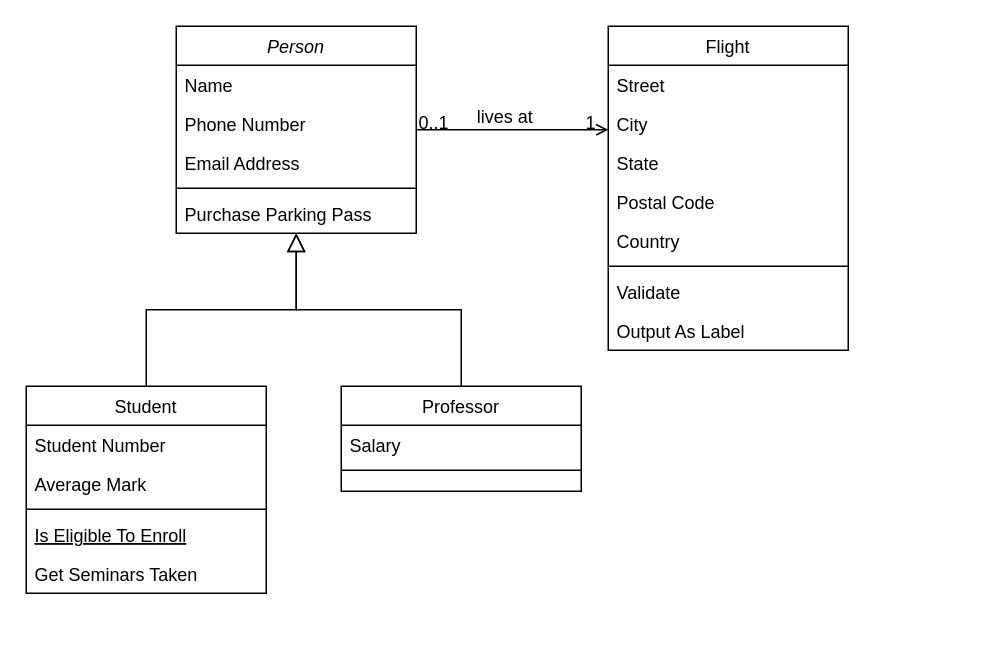
The draw.io diagram pw1.drawio in AdriaCoding/DW, before the edit. Source tidied: cells renumbered, new cells numbered last; positions are measured from the earlier drawing's top-left corner, leaving out a move shared by most shapes. Both pictures are drawn from the tidied source at 150%, with x=0, y=0 at pixel (26, 26).
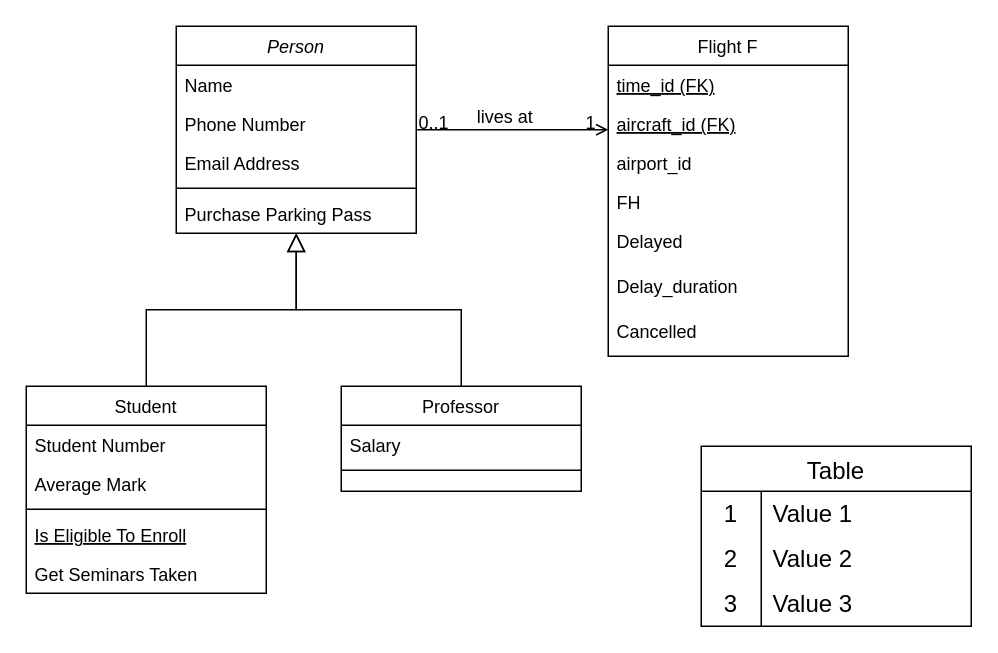
The same page after the edit.

The edit, as a diff of the source:
```diff
@@
-    <mxCell id="19" value="Flight" style="swimlane;fontStyle=0;align=center;verticalAlign=top;horizontal=1;startSize=26;rounded=0;shadow=0;strokeWidth=1;" parent="1" vertex="1">
-      <mxGeometry x="388" width="160" height="216" as="geometry" />
+    <mxCell id="19" value="Flight F" style="swimlane;fontStyle=0;align=center;verticalAlign=top;horizontal=1;startSize=26;rounded=0;shadow=0;strokeWidth=1;" parent="1" vertex="1">
+      <mxGeometry x="388" width="160" height="220" as="geometry" />
     </mxCell>
+    <mxCell id="21" value="time_id (FK)" style="text;align=left;verticalAlign=top;spacingLeft=4;spacingRight=4;overflow=hidden;rounded=0;shadow=0;html=0;fontStyle=4;" parent="19" vertex="1">
+      <mxGeometry y="26" width="160" height="26" as="geometry" />
+    </mxCell>
-    <mxCell id="20" value="Street" style="text;align=left;verticalAlign=top;spacingLeft=4;spacingRight=4;overflow=hidden;" parent="19" vertex="1">
-      <mxGeometry y="26" width="160" height="26" as="geometry" />
+    <mxCell id="20" value="aircraft_id (FK)" style="text;align=left;verticalAlign=top;spacingLeft=4;spacingRight=4;overflow=hidden;fontStyle=4;" parent="19" vertex="1">
+      <mxGeometry y="52" width="160" height="26" as="geometry" />
     </mxCell>
-    <mxCell id="21" value="City" style="text;align=left;verticalAlign=top;spacingLeft=4;spacingRight=4;overflow=hidden;rounded=0;shadow=0;html=0;" parent="19" vertex="1">
-      <mxGeometry y="52" width="160" height="26" as="geometry" />
-    </mxCell>
-    <mxCell id="22" value="State" style="text;align=left;verticalAlign=top;spacingLeft=4;spacingRight=4;overflow=hidden;rounded=0;shadow=0;html=0;" parent="19" vertex="1">
+    <mxCell id="22" value="airport_id" style="text;align=left;verticalAlign=top;spacingLeft=4;spacingRight=4;overflow=hidden;rounded=0;shadow=0;html=0;fontStyle=0;" parent="19" vertex="1">
       <mxGeometry y="78" width="160" height="26" as="geometry" />
     </mxCell>
-    <mxCell id="23" value="Postal Code" style="text;align=left;verticalAlign=top;spacingLeft=4;spacingRight=4;overflow=hidden;rounded=0;shadow=0;html=0;" parent="19" vertex="1">
+    <mxCell id="23" value="FH" style="text;align=left;verticalAlign=top;spacingLeft=4;spacingRight=4;overflow=hidden;rounded=0;shadow=0;html=0;" parent="19" vertex="1">
       <mxGeometry y="104" width="160" height="26" as="geometry" />
     </mxCell>
-    <mxCell id="24" value="Country" style="text;align=left;verticalAlign=top;spacingLeft=4;spacingRight=4;overflow=hidden;rounded=0;shadow=0;html=0;" parent="19" vertex="1">
-      <mxGeometry y="130" width="160" height="26" as="geometry" />
+    <mxCell id="24" value="Delayed" style="text;align=left;verticalAlign=top;spacingLeft=4;spacingRight=4;overflow=hidden;rounded=0;shadow=0;html=0;" parent="19" vertex="1">
+      <mxGeometry y="130" width="160" height="30" as="geometry" />
     </mxCell>
-    <mxCell id="25" style="line;html=1;strokeWidth=1;align=left;verticalAlign=middle;spacingTop=-1;spacingLeft=3;spacingRight=3;labelPosition=right;" parent="19" vertex="1">
-      <mxGeometry y="156" width="160" height="8" as="geometry" />
-    </mxCell>
-    <mxCell id="26" value="Validate" style="text;align=left;verticalAlign=top;spacingLeft=4;spacingRight=4;overflow=hidden;" parent="19" vertex="1">
-      <mxGeometry y="164" width="160" height="26" as="geometry" />
-    </mxCell>
-    <mxCell id="27" value="Output As Label" style="text;align=left;verticalAlign=top;spacingLeft=4;spacingRight=4;overflow=hidden;" parent="19" vertex="1">
-      <mxGeometry y="190" width="160" height="26" as="geometry" />
-    </mxCell>
+    <mxCell id="32" value="Delay_duration" style="text;align=left;verticalAlign=top;spacingLeft=4;spacingRight=4;overflow=hidden;rounded=0;shadow=0;html=0;" parent="19" vertex="1">
+      <mxGeometry y="160" width="160" height="30" as="geometry" />
+    </mxCell>
+    <mxCell id="33" value="Cancelled" style="text;align=left;verticalAlign=top;spacingLeft=4;spacingRight=4;overflow=hidden;rounded=0;shadow=0;html=0;" parent="19" vertex="1">
+      <mxGeometry y="190" width="160" height="30" as="geometry" />
+    </mxCell>
@@
+    <mxCell id="34" value="Table" style="shape=table;startSize=30;childLayout=tableLayout;rowLines=0;fontStyle=0;strokeColor=default;fontSize=16;" parent="1" vertex="1">
+      <mxGeometry x="450" y="280" width="180" height="120" as="geometry" />
+    </mxCell>
+    <mxCell id="35" style="shape=tableRow;horizontal=0;startSize=0;swimlaneHead=0;swimlaneBody=0;top=0;left=0;bottom=0;right=0;fillColor=none;strokeColor=inherit;fontSize=16;" parent="34" vertex="1">
+      <mxGeometry y="30" width="180" height="30" as="geometry" />
+    </mxCell>
+    <mxCell id="36" value="1" style="shape=partialRectangle;html=1;whiteSpace=wrap;fillColor=none;top=0;left=0;bottom=0;right=0;overflow=hidden;strokeColor=inherit;fontSize=16;" parent="35" vertex="1">
+      <mxGeometry width="40" height="30" as="geometry" />
+    </mxCell>
+    <mxCell id="37" value="Value 1" style="shape=partialRectangle;html=1;whiteSpace=wrap;fillColor=none;top=0;left=0;bottom=0;right=0;align=left;spacingLeft=6;overflow=hidden;strokeColor=inherit;fontSize=16;" parent="35" vertex="1">
+      <mxGeometry x="40" width="140" height="30" as="geometry" />
+    </mxCell>
+    <mxCell id="38" style="shape=tableRow;horizontal=0;startSize=0;swimlaneHead=0;swimlaneBody=0;top=0;left=0;bottom=0;right=0;fillColor=none;strokeColor=inherit;fontSize=16;" parent="34" vertex="1">
+      <mxGeometry y="60" width="180" height="30" as="geometry" />
+    </mxCell>
+    <mxCell id="39" value="2" style="shape=partialRectangle;html=1;whiteSpace=wrap;fillColor=none;top=0;left=0;bottom=0;right=0;overflow=hidden;strokeColor=inherit;fontSize=16;" parent="38" vertex="1">
+      <mxGeometry width="40" height="30" as="geometry" />
+    </mxCell>
+    <mxCell id="40" value="Value 2" style="shape=partialRectangle;html=1;whiteSpace=wrap;fillColor=none;top=0;left=0;bottom=0;right=0;align=left;spacingLeft=6;overflow=hidden;strokeColor=inherit;fontSize=16;" parent="38" vertex="1">
+      <mxGeometry x="40" width="140" height="30" as="geometry" />
+    </mxCell>
+    <mxCell id="41" style="shape=tableRow;horizontal=0;startSize=0;swimlaneHead=0;swimlaneBody=0;top=0;left=0;bottom=0;right=0;fillColor=none;strokeColor=inherit;fontSize=16;" parent="34" vertex="1">
+      <mxGeometry y="90" width="180" height="30" as="geometry" />
+    </mxCell>
+    <mxCell id="42" value="3" style="shape=partialRectangle;html=1;whiteSpace=wrap;fillColor=none;top=0;left=0;bottom=0;right=0;overflow=hidden;strokeColor=inherit;fontSize=16;" parent="41" vertex="1">
+      <mxGeometry width="40" height="30" as="geometry" />
+    </mxCell>
+    <mxCell id="43" value="Value 3" style="shape=partialRectangle;html=1;whiteSpace=wrap;fillColor=none;top=0;left=0;bottom=0;right=0;align=left;spacingLeft=6;overflow=hidden;strokeColor=inherit;fontSize=16;" parent="41" vertex="1">
+      <mxGeometry x="40" width="140" height="30" as="geometry" />
+    </mxCell>
```
